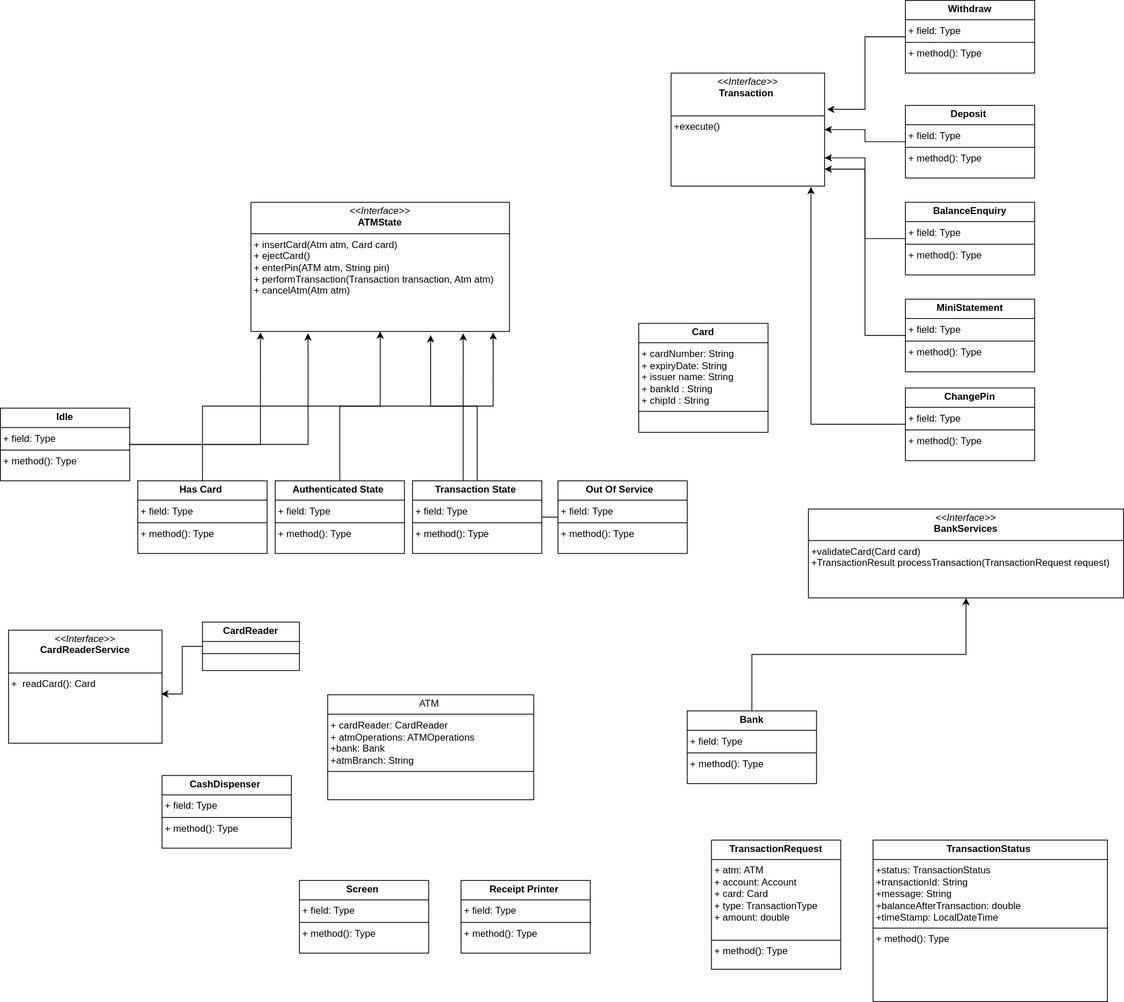
This is ATM-LLD.svg from Shaheen1795/Low_Level_Design_Practise, a draw.io export, as it was before one commit. Source tidied: cells renumbered, new cells last; positions are measured from the earlier drawing's top-left corner, leaving out a move shared by most shapes.
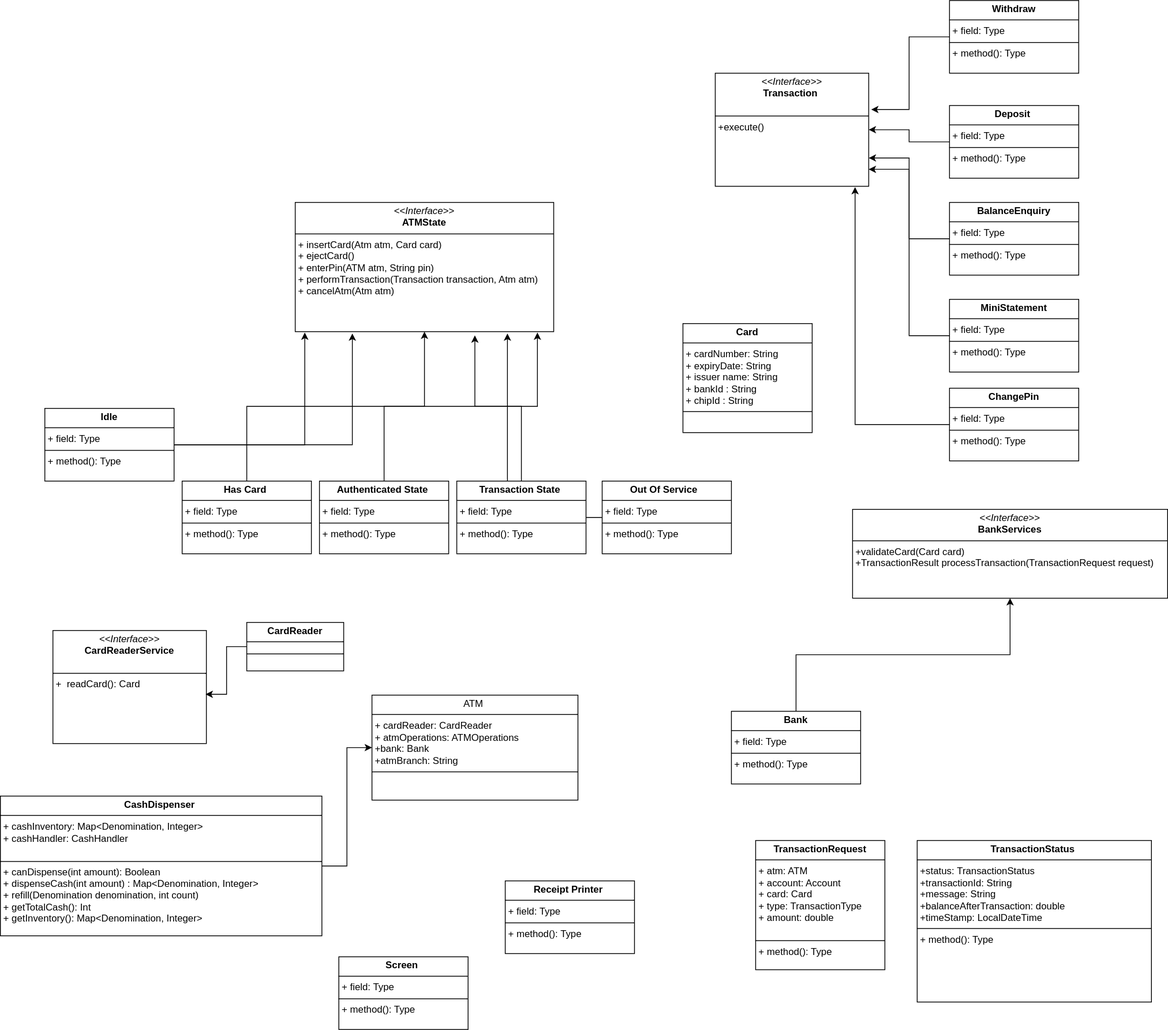
The same diagram one commit later.

The edit, as a diff of the source:
```diff
@@ -95,11 +95,14 @@
     <mxCell id="32" style="edgeStyle=orthogonalEdgeStyle;rounded=0;jettySize=auto;html=1;entryX=0.911;entryY=1.007;entryDx=0;entryDy=0;entryPerimeter=0;" parent="1" edge="1" source="31" target="22">
       <mxGeometry relative="1" as="geometry" />
     </mxCell>
+    <mxCell id="38" style="edgeStyle=orthogonalEdgeStyle;rounded=0;jettySize=auto;html=1;entryX=0;entryY=0.5;entryDx=0;entryDy=0;" parent="1" edge="1" source="33" target="12">
+      <mxGeometry relative="1" as="geometry" />
+    </mxCell>
-    <mxCell id="33" value="&lt;p style=&quot;margin:0px;margin-top:4px;text-align:center;&quot;&gt;&lt;b&gt;CashDispenser&amp;nbsp;&lt;/b&gt;&lt;/p&gt;&lt;hr size=&quot;1&quot; style=&quot;border-style:solid;&quot;&gt;&lt;p style=&quot;margin:0px;margin-left:4px;&quot;&gt;+ field: Type&lt;/p&gt;&lt;hr size=&quot;1&quot; style=&quot;border-style:solid;&quot;&gt;&lt;p style=&quot;margin:0px;margin-left:4px;&quot;&gt;+ method(): Type&lt;/p&gt;" style="verticalAlign=top;align=left;overflow=fill;html=1;whiteSpace=wrap;" parent="1" vertex="1">
-      <mxGeometry x="200" y="960" width="160" height="90" as="geometry" />
+    <mxCell id="33" value="&lt;p style=&quot;margin:0px;margin-top:4px;text-align:center;&quot;&gt;&lt;b&gt;CashDispenser&amp;nbsp;&lt;/b&gt;&lt;/p&gt;&lt;hr size=&quot;1&quot; style=&quot;border-style:solid;&quot;&gt;&lt;p style=&quot;margin:0px;margin-left:4px;&quot;&gt;+ cashInventory: Map&amp;lt;Denomination, Integer&amp;gt;&lt;/p&gt;&lt;p style=&quot;margin:0px;margin-left:4px;&quot;&gt;+ cashHandler: CashHandler&amp;nbsp;&lt;/p&gt;&lt;p style=&quot;margin:0px;margin-left:4px;&quot;&gt;&lt;br&gt;&lt;/p&gt;&lt;hr size=&quot;1&quot; style=&quot;border-style:solid;&quot;&gt;&lt;p style=&quot;margin:0px;margin-left:4px;&quot;&gt;+ canDispense(int amount): Boolean&lt;/p&gt;&lt;p style=&quot;margin:0px;margin-left:4px;&quot;&gt;+ dispenseCash(int amount) : Map&amp;lt;Denomination, Integer&amp;gt;&lt;/p&gt;&lt;p style=&quot;margin:0px;margin-left:4px;&quot;&gt;+ refill(Denomination denomination, int count)&lt;/p&gt;&lt;p style=&quot;margin:0px;margin-left:4px;&quot;&gt;+ getTotalCash(): Int&amp;nbsp;&lt;/p&gt;&lt;p style=&quot;margin:0px;margin-left:4px;&quot;&gt;+ getInventory(): Map&amp;lt;Denomination, Integer&amp;gt;&amp;nbsp;&lt;/p&gt;" style="verticalAlign=top;align=left;overflow=fill;html=1;whiteSpace=wrap;" parent="1" vertex="1">
+      <mxGeometry x="-55" y="985" width="398" height="173" as="geometry" />
     </mxCell>
     <mxCell id="34" value="&lt;p style=&quot;margin:0px;margin-top:4px;text-align:center;&quot;&gt;&lt;b&gt;Screen&amp;nbsp;&lt;/b&gt;&lt;/p&gt;&lt;hr size=&quot;1&quot; style=&quot;border-style:solid;&quot;&gt;&lt;p style=&quot;margin:0px;margin-left:4px;&quot;&gt;+ field: Type&lt;/p&gt;&lt;hr size=&quot;1&quot; style=&quot;border-style:solid;&quot;&gt;&lt;p style=&quot;margin:0px;margin-left:4px;&quot;&gt;+ method(): Type&lt;/p&gt;" style="verticalAlign=top;align=left;overflow=fill;html=1;whiteSpace=wrap;" parent="1" vertex="1">
-      <mxGeometry x="370" y="1090" width="160" height="90" as="geometry" />
+      <mxGeometry x="364" y="1184" width="160" height="90" as="geometry" />
     </mxCell>
     <mxCell id="35" value="&lt;p style=&quot;margin:0px;margin-top:4px;text-align:center;&quot;&gt;&lt;b&gt;Receipt Printer&amp;nbsp;&lt;/b&gt;&lt;/p&gt;&lt;hr size=&quot;1&quot; style=&quot;border-style:solid;&quot;&gt;&lt;p style=&quot;margin:0px;margin-left:4px;&quot;&gt;+ field: Type&lt;/p&gt;&lt;hr size=&quot;1&quot; style=&quot;border-style:solid;&quot;&gt;&lt;p style=&quot;margin:0px;margin-left:4px;&quot;&gt;+ method(): Type&lt;/p&gt;" style="verticalAlign=top;align=left;overflow=fill;html=1;whiteSpace=wrap;" parent="1" vertex="1">
       <mxGeometry x="570" y="1090" width="160" height="90" as="geometry" />
```
